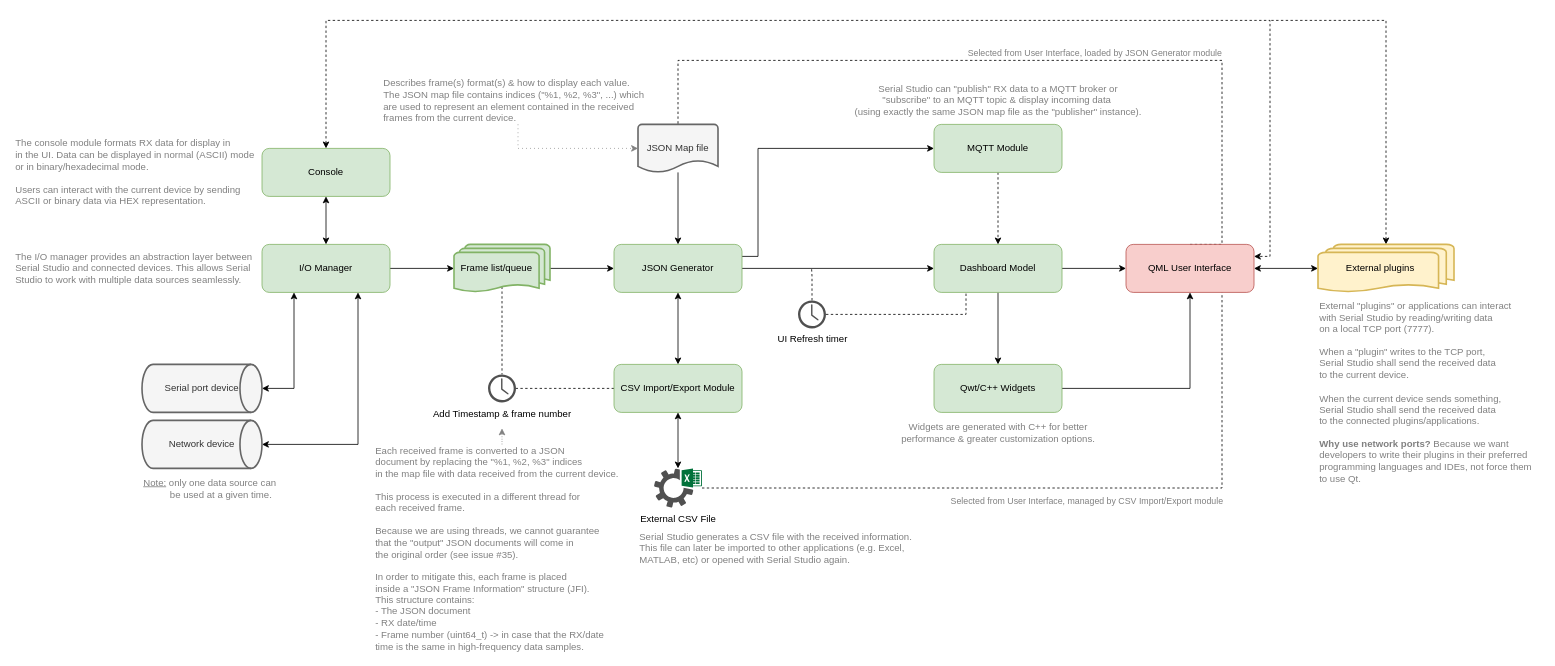
Above: doc/architecture/architecture.drawio in Serial-Studio/Serial-Studio (draw.io), before the change. Source tidied: cells renumbered, new cells numbered last; positions are measured from the earlier drawing's top-left corner, leaving out a move shared by most shapes. Both pictures are drawn from the tidied source at 80%, with x=0, y=0 at pixel (14, 20).
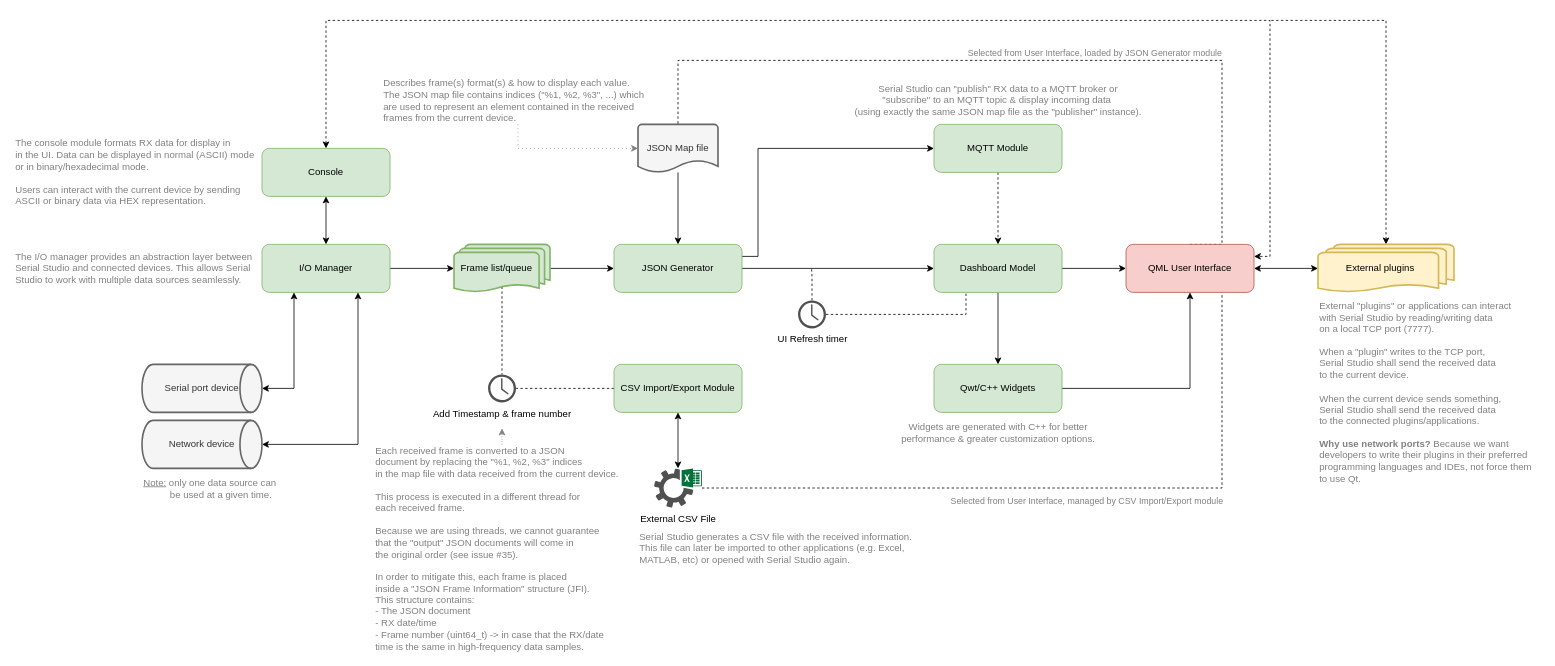
The same diagram, later.

The change refers to these unchanged cells:
```xml
<mxCell id="12" value="JSON Generator" style="rounded=1;whiteSpace=wrap;html=1;fillColor=#d5e8d4;strokeColor=#82b366;" parent="1" vertex="1">
  <mxGeometry x="750" y="280" width="160" height="60" as="geometry" />
</mxCell>
<mxCell id="16" value="CSV Import/Export Module" style="rounded=1;whiteSpace=wrap;html=1;fillColor=#d5e8d4;strokeColor=#82b366;" parent="1" vertex="1">
  <mxGeometry x="750" y="430" width="160" height="60" as="geometry" />
</mxCell>
```

Change to the diagram source:
```diff
@@
-    <mxCell id="9" style="edgeStyle=orthogonalEdgeStyle;rounded=0;jettySize=auto;html=1;exitX=0.5;exitY=1;exitDx=0;exitDy=0;entryX=0.5;entryY=0;entryDx=0;entryDy=0;startArrow=classic;startFill=1;endArrow=classic;endFill=1;" parent="1" edge="1" source="12" target="16">
-      <mxGeometry relative="1" as="geometry" />
-    </mxCell>
```
